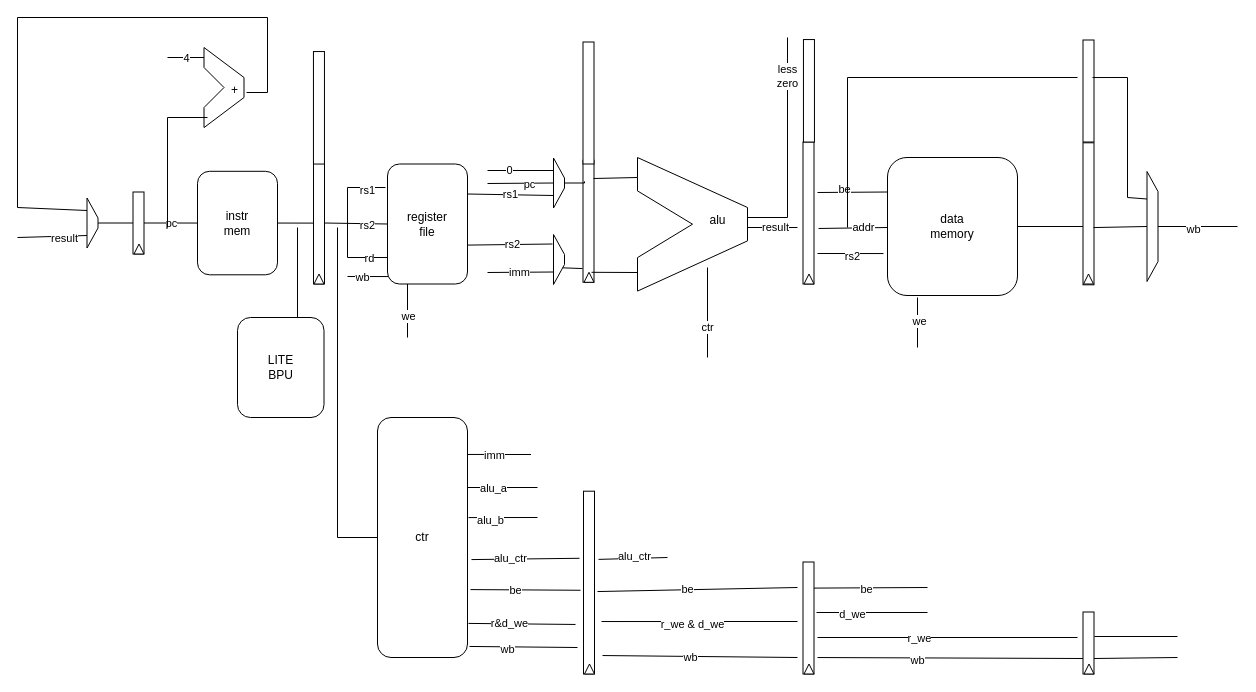
Before: Untitled Diagram.drawio in kanosukii/rvcore_5stages, a draw.io diagram. Source tidied: cells renumbered, new cells numbered last; positions are measured from the earlier drawing's top-left corner, leaving out a move shared by most shapes. Both pictures are drawn from the tidied source at 100%, with x=0, y=0 at pixel (17, 17).
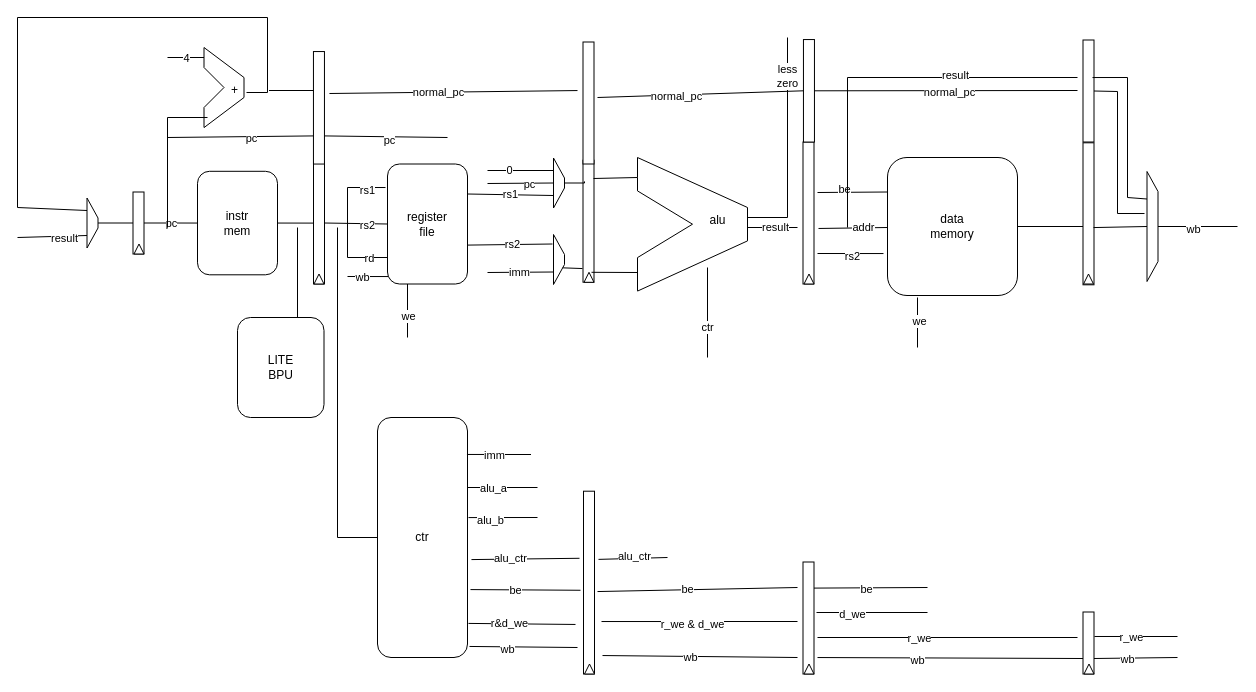
Above is the later version.

The change refers to these unchanged cells:
```xml
<mxCell id="56" style="shape=trapezoid;perimeter=trapezoidPerimeter;whiteSpace=wrap;html=1;fixedSize=1;rotation=90;" parent="1" vertex="1">
  <mxGeometry x="1080" y="203.5" width="110" height="11" as="geometry" />
</mxCell>
<mxCell id="126" style="endArrow=none;html=1;rounded=0;exitX=0.395;exitY=-0.045;exitDx=0;exitDy=0;exitPerimeter=0;" parent="1" edge="1" source="104">
  <mxGeometry relative="1" as="geometry">
    <mxPoint x="1160" y="619" as="targetPoint" />
  </mxGeometry>
</mxCell>
<mxCell id="127" style="endArrow=none;html=1;rounded=0;exitX=0.75;exitY=0;exitDx=0;exitDy=0;" parent="1" edge="1" source="104">
  <mxGeometry relative="1" as="geometry">
    <mxPoint x="1160" y="640" as="targetPoint" />
  </mxGeometry>
</mxCell>
<mxCell id="128" style="rounded=0;whiteSpace=wrap;html=1;rotation=90;" parent="1" vertex="1">
  <mxGeometry x="245.2" y="84.8" width="112.5" height="11" as="geometry" />
</mxCell>
<mxCell id="129" style="rounded=0;whiteSpace=wrap;html=1;rotation=90;" parent="1" vertex="1">
  <mxGeometry x="740.2" y="67.8" width="102.5" height="11" as="geometry" />
</mxCell>
<mxCell id="130" style="rounded=0;whiteSpace=wrap;html=1;rotation=90;" parent="1" vertex="1">
  <mxGeometry x="510" y="80" width="122" height="11" as="geometry" />
</mxCell>
<mxCell id="131" style="rounded=0;whiteSpace=wrap;html=1;rotation=90;" parent="1" vertex="1">
  <mxGeometry x="1020" y="68" width="102" height="11" as="geometry" />
</mxCell>
<mxCell id="132" style="endArrow=none;html=1;rounded=0;" parent="1" edge="1">
  <mxGeometry relative="1" as="geometry">
    <mxPoint x="830" y="210" as="sourcePoint" />
    <mxPoint x="1060" y="60" as="targetPoint" />
    <Array as="points">
      <mxPoint x="830" y="60" />
    </Array>
  </mxGeometry>
</mxCell>
```

Change to the diagram source:
```diff
@@
+    <mxCell id="134" value="r_we" style="edgeLabel;html=1;align=center;verticalAlign=middle;" parent="126" vertex="1">
+      <mxGeometry x="-0.11" y="-1" relative="1" as="geometry" />
+    </mxCell>
@@
+    <mxCell id="135" value="wb" style="edgeLabel;html=1;align=center;verticalAlign=middle;" parent="127" vertex="1">
+      <mxGeometry x="-0.2" y="-1" relative="1" as="geometry" />
+    </mxCell>
@@
+    <mxCell id="136" value="result" style="edgeLabel;html=1;align=center;verticalAlign=middle;" parent="132" vertex="1">
+      <mxGeometry x="0.35" y="3" relative="1" as="geometry" />
+    </mxCell>
@@
+    <mxCell id="137" style="endArrow=none;html=1;rounded=0;entryX=0.75;entryY=1;entryDx=0;entryDy=0;" parent="1" edge="1" target="128">
+      <mxGeometry relative="1" as="geometry">
+        <mxPoint x="150" y="120" as="sourcePoint" />
+      </mxGeometry>
+    </mxCell>
+    <mxCell id="138" value="pc" style="edgeLabel;html=1;align=center;verticalAlign=middle;" parent="137" vertex="1">
+      <mxGeometry x="0.14" y="-1" relative="1" as="geometry" />
+    </mxCell>
+    <mxCell id="139" style="endArrow=none;html=1;rounded=0;exitX=0.75;exitY=0;exitDx=0;exitDy=0;" parent="1" edge="1" source="128">
+      <mxGeometry relative="1" as="geometry">
+        <mxPoint x="430" y="120" as="targetPoint" />
+      </mxGeometry>
+    </mxCell>
+    <mxCell id="140" value="pc" style="edgeLabel;html=1;align=center;verticalAlign=middle;" parent="139" vertex="1">
+      <mxGeometry x="0.06" y="-3" relative="1" as="geometry" />
+    </mxCell>
+    <mxCell id="141" style="endArrow=none;html=1;rounded=0;entryX=0.409;entryY=1.091;entryDx=0;entryDy=0;entryPerimeter=0;" parent="1" edge="1">
+      <mxGeometry relative="1" as="geometry">
+        <mxPoint x="251.5" y="73" as="sourcePoint" />
+        <mxPoint x="296.5" y="73" as="targetPoint" />
+      </mxGeometry>
+    </mxCell>
+    <mxCell id="142" style="endArrow=none;html=1;rounded=0;exitX=0.373;exitY=-0.455;exitDx=0;exitDy=0;exitPerimeter=0;entryX=0.398;entryY=1.5;entryDx=0;entryDy=0;entryPerimeter=0;" parent="1" edge="1" source="128" target="130">
+      <mxGeometry relative="1" as="geometry" />
+    </mxCell>
+    <mxCell id="143" value="normal_pc" style="edgeLabel;html=1;align=center;verticalAlign=middle;" parent="142" vertex="1">
+      <mxGeometry x="-0.12" relative="1" as="geometry" />
+    </mxCell>
+    <mxCell id="144" style="endArrow=none;html=1;rounded=0;entryX=0.5;entryY=1;entryDx=0;entryDy=0;" parent="1" edge="1" target="129">
+      <mxGeometry relative="1" as="geometry">
+        <mxPoint x="580" y="80" as="sourcePoint" />
+      </mxGeometry>
+    </mxCell>
+    <mxCell id="145" value="normal_pc" style="edgeLabel;html=1;align=center;verticalAlign=middle;" parent="144" vertex="1">
+      <mxGeometry x="-0.23" y="-1" relative="1" as="geometry" />
+    </mxCell>
+    <mxCell id="146" style="endArrow=none;html=1;rounded=0;entryX=0.5;entryY=0;entryDx=0;entryDy=0;" parent="1" edge="1" target="129">
+      <mxGeometry relative="1" as="geometry">
+        <mxPoint x="1060" y="73" as="sourcePoint" />
+      </mxGeometry>
+    </mxCell>
+    <mxCell id="147" value="normal_pc" style="edgeLabel;html=1;align=center;verticalAlign=middle;" parent="146" vertex="1">
+      <mxGeometry x="-0.02" y="1" relative="1" as="geometry" />
+    </mxCell>
+    <mxCell id="148" style="endArrow=none;html=1;rounded=0;entryX=0.5;entryY=0;entryDx=0;entryDy=0;exitX=0.382;exitY=1.227;exitDx=0;exitDy=0;exitPerimeter=0;" parent="1" edge="1" source="56" target="131">
+      <mxGeometry relative="1" as="geometry">
+        <Array as="points">
+          <mxPoint x="1100" y="196" />
+          <mxPoint x="1100" y="74" />
+        </Array>
+      </mxGeometry>
+    </mxCell>
```
